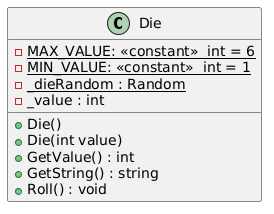
The PlantUML diagram src/assets/img/kmom02/classdiagramDie.png in bth-csharp/bth-csharp.github.io, before a commit. Source of this version:
```plantuml
@startuml
class Die
{
    - {static} MAX_VALUE: <<constant>>  int = 6
    - {static} MIN_VALUE: <<constant>>  int = 1
    - {static} _dieRandom : Random
    - _value : int

    + Die()
    + Die(int value)
    + GetValue() : int
    + GetString() : string
    + Roll() : void
}
@enduml
```
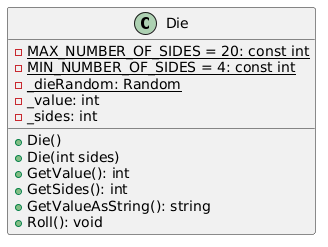
After the change.

Commit message:
Update images in task kmom02

Diff of the diagram source:
```diff
@@ -1,15 +1,17 @@
 @startuml
 class Die
 {
-    - {static} MAX_VALUE: <<constant>>  int = 6
-    - {static} MIN_VALUE: <<constant>>  int = 1
-    - {static} _dieRandom : Random
-    - _value : int
+    - {static} MAX_NUMBER_OF_SIDES = 20: const int
+    - {static} MIN_NUMBER_OF_SIDES = 4: const int
+    - {static} _dieRandom: Random
+    - _value: int
+    - _sides: int
 
     + Die()
-    + Die(int value)
-    + GetValue() : int
-    + GetString() : string
-    + Roll() : void
+    + Die(int sides)
+    + GetValue(): int
+    + GetSides(): int
+    + GetValueAsString(): string
+    + Roll(): void
 }
 @enduml
```
